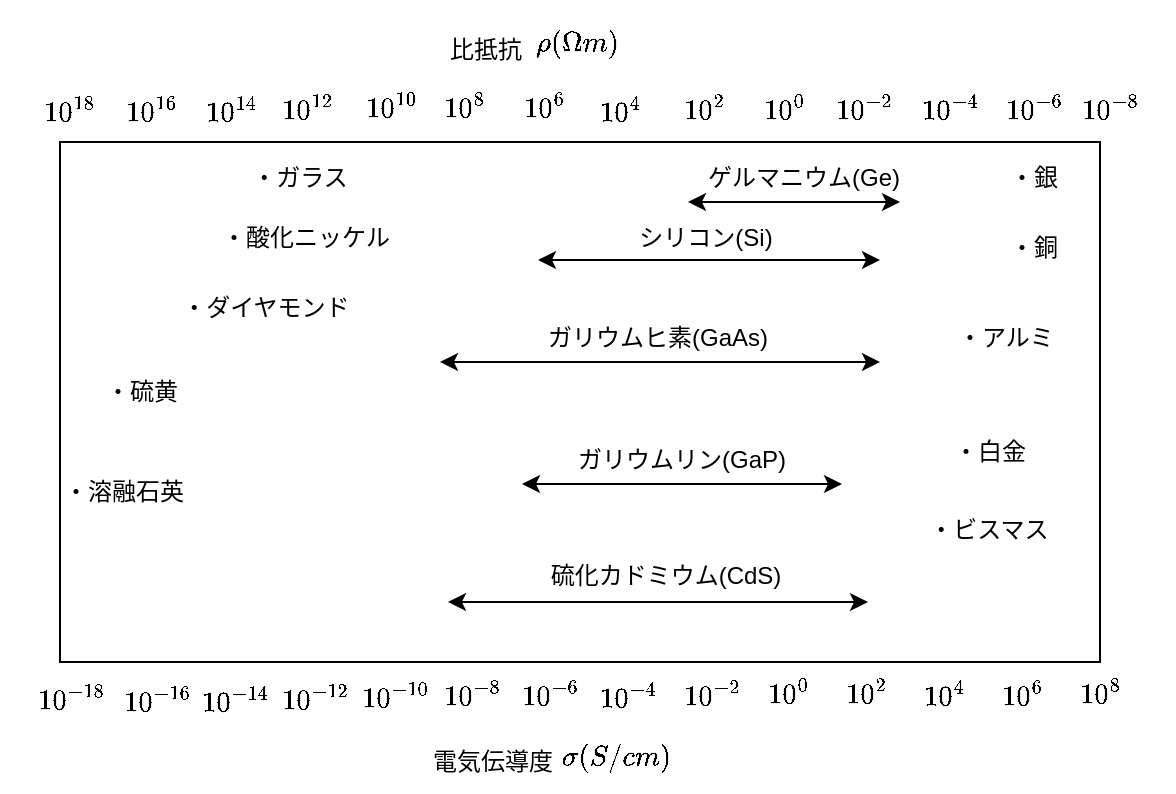
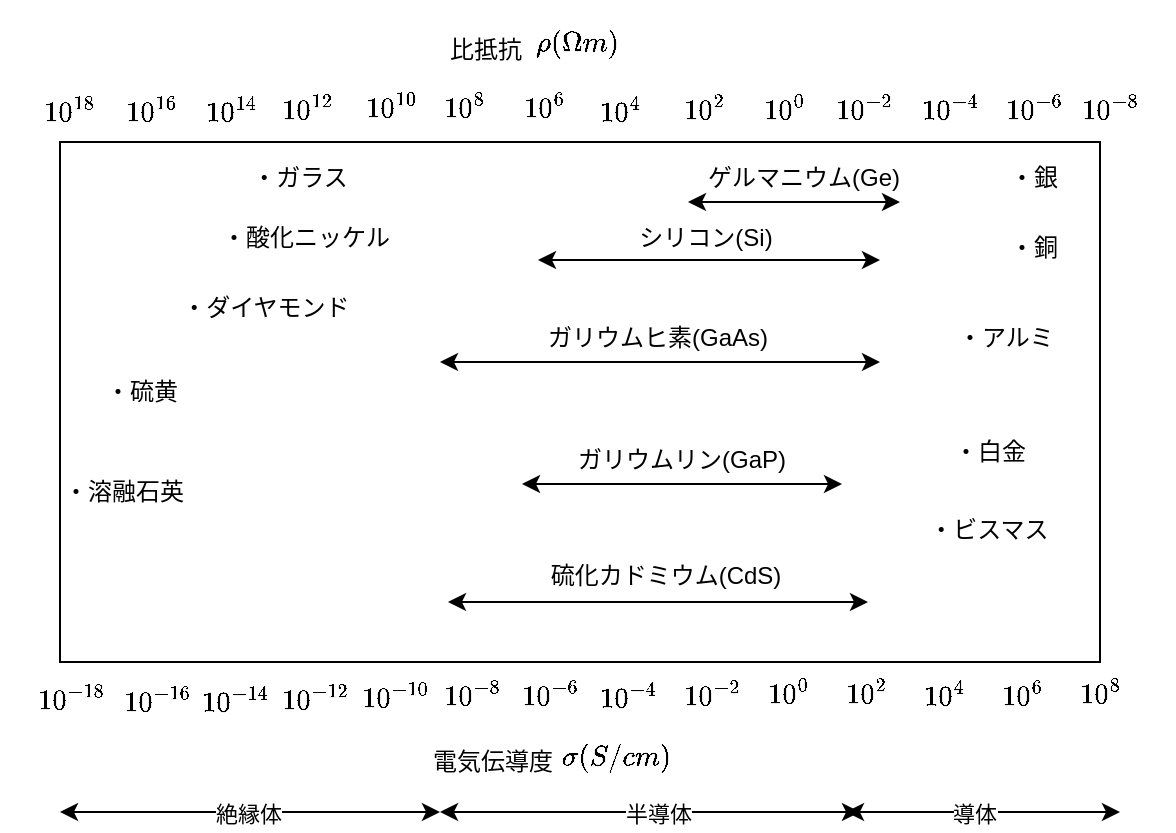
<mxfile host="65bd71144e">
    <diagram id="qGSr5oiIjXOgwqQqVFJb" name="ページ1">
        <mxGraphModel dx="996" dy="629" grid="1" gridSize="10" guides="1" tooltips="1" connect="1" arrows="1" fold="1" page="1" pageScale="1" pageWidth="827" pageHeight="1169" math="1" shadow="0">
            <root>
                <mxCell id="0"/>
                <mxCell id="1" parent="0"/>
                <mxCell id="74" value="" style="group" parent="1" vertex="1" connectable="0">
                    <mxGeometry x="95" y="21" width="580" height="389" as="geometry"/>
                </mxCell>
                <mxCell id="2" value="" style="rounded=0;whiteSpace=wrap;html=1;" parent="74" vertex="1">
                    <mxGeometry x="25" y="64" width="520" height="260" as="geometry"/>
                </mxCell>
                <mxCell id="5" value="$$10^{18}$$" style="text;strokeColor=none;align=center;fillColor=none;html=1;verticalAlign=middle;whiteSpace=wrap;rounded=0;" parent="74" vertex="1">
                    <mxGeometry y="34" width="60" height="30" as="geometry"/>
                </mxCell>
                <mxCell id="7" value="$$10^{16}$$" style="text;strokeColor=none;align=center;fillColor=none;html=1;verticalAlign=middle;whiteSpace=wrap;rounded=0;" parent="74" vertex="1">
                    <mxGeometry x="41" y="34" width="60" height="30" as="geometry"/>
                </mxCell>
                <mxCell id="8" value="$$10^{14}$$" style="text;strokeColor=none;align=center;fillColor=none;html=1;verticalAlign=middle;whiteSpace=wrap;rounded=0;" parent="74" vertex="1">
                    <mxGeometry x="81" y="34" width="60" height="30" as="geometry"/>
                </mxCell>
                <mxCell id="9" value="$$10^{12}$$" style="text;strokeColor=none;align=center;fillColor=none;html=1;verticalAlign=middle;whiteSpace=wrap;rounded=0;" parent="74" vertex="1">
                    <mxGeometry x="119" y="33" width="60" height="30" as="geometry"/>
                </mxCell>
                <mxCell id="10" value="$$10^{10}$$" style="text;strokeColor=none;align=center;fillColor=none;html=1;verticalAlign=middle;whiteSpace=wrap;rounded=0;" parent="74" vertex="1">
                    <mxGeometry x="161" y="32" width="60" height="30" as="geometry"/>
                </mxCell>
                <mxCell id="11" value="$$10^{8}$$" style="text;strokeColor=none;align=center;fillColor=none;html=1;verticalAlign=middle;whiteSpace=wrap;rounded=0;" parent="74" vertex="1">
                    <mxGeometry x="197" y="32" width="60" height="30" as="geometry"/>
                </mxCell>
                <mxCell id="12" value="$$10^{6}$$" style="text;strokeColor=none;align=center;fillColor=none;html=1;verticalAlign=middle;whiteSpace=wrap;rounded=0;" parent="74" vertex="1">
                    <mxGeometry x="237" y="32" width="60" height="30" as="geometry"/>
                </mxCell>
                <mxCell id="13" value="$$10^{4}$$" style="text;strokeColor=none;align=center;fillColor=none;html=1;verticalAlign=middle;whiteSpace=wrap;rounded=0;" parent="74" vertex="1">
                    <mxGeometry x="275" y="34" width="60" height="30" as="geometry"/>
                </mxCell>
                <mxCell id="14" value="$$10^{2}$$" style="text;strokeColor=none;align=center;fillColor=none;html=1;verticalAlign=middle;whiteSpace=wrap;rounded=0;" parent="74" vertex="1">
                    <mxGeometry x="317" y="33" width="60" height="30" as="geometry"/>
                </mxCell>
                <mxCell id="15" value="$$10^{0}$$" style="text;strokeColor=none;align=center;fillColor=none;html=1;verticalAlign=middle;whiteSpace=wrap;rounded=0;" parent="74" vertex="1">
                    <mxGeometry x="357" y="33" width="60" height="30" as="geometry"/>
                </mxCell>
                <mxCell id="16" value="$$10^{-2}$$" style="text;strokeColor=none;align=center;fillColor=none;html=1;verticalAlign=middle;whiteSpace=wrap;rounded=0;" parent="74" vertex="1">
                    <mxGeometry x="397" y="33" width="60" height="30" as="geometry"/>
                </mxCell>
                <mxCell id="17" value="$$10^{-4}$$" style="text;strokeColor=none;align=center;fillColor=none;html=1;verticalAlign=middle;whiteSpace=wrap;rounded=0;" parent="74" vertex="1">
                    <mxGeometry x="440" y="33" width="60" height="30" as="geometry"/>
                </mxCell>
                <mxCell id="18" value="$$10^{-6}$$" style="text;strokeColor=none;align=center;fillColor=none;html=1;verticalAlign=middle;whiteSpace=wrap;rounded=0;" parent="74" vertex="1">
                    <mxGeometry x="482" y="33" width="60" height="30" as="geometry"/>
                </mxCell>
                <mxCell id="19" value="$$10^{-8}$$" style="text;strokeColor=none;align=center;fillColor=none;html=1;verticalAlign=middle;whiteSpace=wrap;rounded=0;" parent="74" vertex="1">
                    <mxGeometry x="520" y="33" width="60" height="30" as="geometry"/>
                </mxCell>
                <mxCell id="20" value="$$10^{-18}$$" style="text;strokeColor=none;align=center;fillColor=none;html=1;verticalAlign=middle;whiteSpace=wrap;rounded=0;" parent="74" vertex="1">
                    <mxGeometry x="1" y="328" width="60" height="30" as="geometry"/>
                </mxCell>
                <mxCell id="21" value="$$10^{-16}$$" style="text;strokeColor=none;align=center;fillColor=none;html=1;verticalAlign=middle;whiteSpace=wrap;rounded=0;" parent="74" vertex="1">
                    <mxGeometry x="44" y="329" width="60" height="30" as="geometry"/>
                </mxCell>
                <mxCell id="22" value="$$10^{-14}$$" style="text;strokeColor=none;align=center;fillColor=none;html=1;verticalAlign=middle;whiteSpace=wrap;rounded=0;" parent="74" vertex="1">
                    <mxGeometry x="83" y="329" width="60" height="30" as="geometry"/>
                </mxCell>
                <mxCell id="23" value="$$10^{-12}$$" style="text;strokeColor=none;align=center;fillColor=none;html=1;verticalAlign=middle;whiteSpace=wrap;rounded=0;" parent="74" vertex="1">
                    <mxGeometry x="123" y="328" width="60" height="30" as="geometry"/>
                </mxCell>
                <mxCell id="24" value="$$10^{-10}$$" style="text;strokeColor=none;align=center;fillColor=none;html=1;verticalAlign=middle;whiteSpace=wrap;rounded=0;" parent="74" vertex="1">
                    <mxGeometry x="163" y="327" width="60" height="30" as="geometry"/>
                </mxCell>
                <mxCell id="25" value="$$10^{-8}$$" style="text;strokeColor=none;align=center;fillColor=none;html=1;verticalAlign=middle;whiteSpace=wrap;rounded=0;" parent="74" vertex="1">
                    <mxGeometry x="201" y="326" width="60" height="30" as="geometry"/>
                </mxCell>
                <mxCell id="26" value="$$10^{-6}$$" style="text;strokeColor=none;align=center;fillColor=none;html=1;verticalAlign=middle;whiteSpace=wrap;rounded=0;" parent="74" vertex="1">
                    <mxGeometry x="240" y="326" width="61" height="30" as="geometry"/>
                </mxCell>
                <mxCell id="28" value="$$10^{-4}$$" style="text;strokeColor=none;align=center;fillColor=none;html=1;verticalAlign=middle;whiteSpace=wrap;rounded=0;" parent="74" vertex="1">
                    <mxGeometry x="279" y="327" width="60" height="30" as="geometry"/>
                </mxCell>
                <mxCell id="29" value="$$10^{-2}$$" style="text;strokeColor=none;align=center;fillColor=none;html=1;verticalAlign=middle;whiteSpace=wrap;rounded=0;" parent="74" vertex="1">
                    <mxGeometry x="321" y="326" width="60" height="30" as="geometry"/>
                </mxCell>
                <mxCell id="32" value="$$10^{0}$$" style="text;strokeColor=none;align=center;fillColor=none;html=1;verticalAlign=middle;whiteSpace=wrap;rounded=0;" parent="74" vertex="1">
                    <mxGeometry x="359" y="325" width="60" height="30" as="geometry"/>
                </mxCell>
                <mxCell id="33" value="$$10^{2}$$" style="text;strokeColor=none;align=center;fillColor=none;html=1;verticalAlign=middle;whiteSpace=wrap;rounded=0;" parent="74" vertex="1">
                    <mxGeometry x="398" y="325" width="60" height="30" as="geometry"/>
                </mxCell>
                <mxCell id="34" value="$$10^{4}$$" style="text;strokeColor=none;align=center;fillColor=none;html=1;verticalAlign=middle;whiteSpace=wrap;rounded=0;" parent="74" vertex="1">
                    <mxGeometry x="437" y="326" width="60" height="30" as="geometry"/>
                </mxCell>
                <mxCell id="35" value="$$10^{6}$$" style="text;strokeColor=none;align=center;fillColor=none;html=1;verticalAlign=middle;whiteSpace=wrap;rounded=0;" parent="74" vertex="1">
                    <mxGeometry x="476" y="326" width="60" height="30" as="geometry"/>
                </mxCell>
                <mxCell id="36" value="$$10^{8}$$" style="text;strokeColor=none;align=center;fillColor=none;html=1;verticalAlign=middle;whiteSpace=wrap;rounded=0;" parent="74" vertex="1">
                    <mxGeometry x="515" y="325" width="60" height="30" as="geometry"/>
                </mxCell>
                <mxCell id="37" value="" style="endArrow=classic;startArrow=classic;html=1;" parent="74" edge="1">
                    <mxGeometry width="50" height="50" relative="1" as="geometry">
                        <mxPoint x="339" y="94" as="sourcePoint"/>
                        <mxPoint x="445" y="94" as="targetPoint"/>
                    </mxGeometry>
                </mxCell>
                <mxCell id="38" value="ゲルマニウム(Ge)" style="text;strokeColor=none;align=center;fillColor=none;html=1;verticalAlign=middle;whiteSpace=wrap;rounded=0;" parent="74" vertex="1">
                    <mxGeometry x="337" y="67" width="120" height="30" as="geometry"/>
                </mxCell>
                <mxCell id="43" value="" style="endArrow=classic;startArrow=classic;html=1;" parent="74" edge="1">
                    <mxGeometry width="50" height="50" relative="1" as="geometry">
                        <mxPoint x="264" y="123" as="sourcePoint"/>
                        <mxPoint x="435" y="123" as="targetPoint"/>
                    </mxGeometry>
                </mxCell>
                <mxCell id="44" value="シリコン(Si)" style="text;strokeColor=none;align=center;fillColor=none;html=1;verticalAlign=middle;whiteSpace=wrap;rounded=0;" parent="74" vertex="1">
                    <mxGeometry x="288" y="97" width="120" height="30" as="geometry"/>
                </mxCell>
                <mxCell id="45" value="" style="endArrow=classic;startArrow=classic;html=1;" parent="74" edge="1">
                    <mxGeometry width="50" height="50" relative="1" as="geometry">
                        <mxPoint x="215" y="174" as="sourcePoint"/>
                        <mxPoint x="435" y="174" as="targetPoint"/>
                    </mxGeometry>
                </mxCell>
                <mxCell id="46" value="ガリウムヒ素(GaAs)" style="text;strokeColor=none;align=center;fillColor=none;html=1;verticalAlign=middle;whiteSpace=wrap;rounded=0;" parent="74" vertex="1">
                    <mxGeometry x="264" y="147" width="120" height="30" as="geometry"/>
                </mxCell>
                <mxCell id="48" value="" style="endArrow=classic;startArrow=classic;html=1;" parent="74" edge="1">
                    <mxGeometry width="50" height="50" relative="1" as="geometry">
                        <mxPoint x="256" y="235" as="sourcePoint"/>
                        <mxPoint x="416" y="235" as="targetPoint"/>
                    </mxGeometry>
                </mxCell>
                <mxCell id="49" value="ガリウムリン(GaP)" style="text;strokeColor=none;align=center;fillColor=none;html=1;verticalAlign=middle;whiteSpace=wrap;rounded=0;" parent="74" vertex="1">
                    <mxGeometry x="276" y="208" width="120" height="30" as="geometry"/>
                </mxCell>
                <mxCell id="51" value="" style="endArrow=classic;startArrow=classic;html=1;" parent="74" edge="1">
                    <mxGeometry width="50" height="50" relative="1" as="geometry">
                        <mxPoint x="219" y="294" as="sourcePoint"/>
                        <mxPoint x="429" y="294" as="targetPoint"/>
                    </mxGeometry>
                </mxCell>
                <mxCell id="53" value="硫化カドミウム(CdS)" style="text;strokeColor=none;align=center;fillColor=none;html=1;verticalAlign=middle;whiteSpace=wrap;rounded=0;" parent="74" vertex="1">
                    <mxGeometry x="268" y="266" width="120" height="30" as="geometry"/>
                </mxCell>
                <mxCell id="57" value="・ガラス" style="text;strokeColor=none;align=center;fillColor=none;html=1;verticalAlign=middle;whiteSpace=wrap;rounded=0;" parent="74" vertex="1">
                    <mxGeometry x="115" y="67" width="60" height="30" as="geometry"/>
                </mxCell>
                <mxCell id="59" value="・銀" style="text;strokeColor=none;align=center;fillColor=none;html=1;verticalAlign=middle;whiteSpace=wrap;rounded=0;" parent="74" vertex="1">
                    <mxGeometry x="482" y="67" width="60" height="30" as="geometry"/>
                </mxCell>
                <mxCell id="60" value="・酸化ニッケル" style="text;strokeColor=none;align=center;fillColor=none;html=1;verticalAlign=middle;whiteSpace=wrap;rounded=0;" parent="74" vertex="1">
                    <mxGeometry x="101" y="97" width="94" height="30" as="geometry"/>
                </mxCell>
                <mxCell id="61" value="・ダイヤモンド" style="text;strokeColor=none;align=center;fillColor=none;html=1;verticalAlign=middle;whiteSpace=wrap;rounded=0;" parent="74" vertex="1">
                    <mxGeometry x="81" y="132" width="94" height="30" as="geometry"/>
                </mxCell>
                <mxCell id="62" value="・硫黄" style="text;strokeColor=none;align=center;fillColor=none;html=1;verticalAlign=middle;whiteSpace=wrap;rounded=0;" parent="74" vertex="1">
                    <mxGeometry x="19" y="174" width="94" height="30" as="geometry"/>
                </mxCell>
                <mxCell id="63" value="・溶融石英" style="text;strokeColor=none;align=center;fillColor=none;html=1;verticalAlign=middle;whiteSpace=wrap;rounded=0;" parent="74" vertex="1">
                    <mxGeometry x="10" y="224" width="94" height="30" as="geometry"/>
                </mxCell>
                <mxCell id="64" value="・銅" style="text;strokeColor=none;align=center;fillColor=none;html=1;verticalAlign=middle;whiteSpace=wrap;rounded=0;" parent="74" vertex="1">
                    <mxGeometry x="482" y="102" width="60" height="30" as="geometry"/>
                </mxCell>
                <mxCell id="65" value="・アルミ" style="text;strokeColor=none;align=center;fillColor=none;html=1;verticalAlign=middle;whiteSpace=wrap;rounded=0;" parent="74" vertex="1">
                    <mxGeometry x="468" y="147" width="60" height="30" as="geometry"/>
                </mxCell>
                <mxCell id="66" value="・白金" style="text;strokeColor=none;align=center;fillColor=none;html=1;verticalAlign=middle;whiteSpace=wrap;rounded=0;" parent="74" vertex="1">
                    <mxGeometry x="460" y="204" width="60" height="30" as="geometry"/>
                </mxCell>
                <mxCell id="67" value="・ビスマス" style="text;strokeColor=none;align=center;fillColor=none;html=1;verticalAlign=middle;whiteSpace=wrap;rounded=0;" parent="74" vertex="1">
                    <mxGeometry x="454" y="243" width="71" height="30" as="geometry"/>
                </mxCell>
                <mxCell id="68" value="比抵抗" style="text;strokeColor=none;align=center;fillColor=none;html=1;verticalAlign=middle;whiteSpace=wrap;rounded=0;" parent="74" vertex="1">
                    <mxGeometry x="208" y="3" width="60" height="30" as="geometry"/>
                </mxCell>
                <mxCell id="70" value="$$\rho (\Omega m)$$" style="text;strokeColor=none;align=center;fillColor=none;html=1;verticalAlign=middle;whiteSpace=wrap;rounded=0;" parent="74" vertex="1">
                    <mxGeometry x="254" width="60" height="30" as="geometry"/>
                </mxCell>
                <mxCell id="71" value="電気伝導度" style="text;strokeColor=none;align=center;fillColor=none;html=1;verticalAlign=middle;whiteSpace=wrap;rounded=0;" parent="74" vertex="1">
                    <mxGeometry x="206" y="359" width="71" height="30" as="geometry"/>
                </mxCell>
                <mxCell id="72" value="$$\sigma (S/cm)$$" style="text;strokeColor=none;align=center;fillColor=none;html=1;verticalAlign=middle;whiteSpace=wrap;rounded=0;" parent="74" vertex="1">
                    <mxGeometry x="273" y="357" width="60" height="30" as="geometry"/>
                </mxCell>
+                 <mxCell id="76" value="" style="endArrow=classic;startArrow=classic;html=1;" edge="1" parent="1">
+                     <mxGeometry width="50" height="50" relative="1" as="geometry">
+                         <mxPoint x="120" y="420" as="sourcePoint"/>
+                         <mxPoint x="310" y="420" as="targetPoint"/>
+                         <Array as="points">
+                             <mxPoint x="210" y="420"/>
+                         </Array>
+                     </mxGeometry>
+                 </mxCell>
+                 <mxCell id="78" value="絶縁体" style="edgeLabel;html=1;align=center;verticalAlign=middle;resizable=0;points=[];" vertex="1" connectable="0" parent="76">
+                     <mxGeometry x="0.4632" y="-1" relative="1" as="geometry">
+                         <mxPoint x="-45" as="offset"/>
+                     </mxGeometry>
+                 </mxCell>
+                 <mxCell id="79" value="" style="endArrow=classic;startArrow=classic;html=1;" edge="1" parent="1">
+                     <mxGeometry width="50" height="50" relative="1" as="geometry">
+                         <mxPoint x="310" y="420" as="sourcePoint"/>
+                         <mxPoint x="520" y="420" as="targetPoint"/>
+                         <Array as="points">
+                             <mxPoint x="400" y="420"/>
+                         </Array>
+                     </mxGeometry>
+                 </mxCell>
+                 <mxCell id="80" value="半導体" style="edgeLabel;html=1;align=center;verticalAlign=middle;resizable=0;points=[];" vertex="1" connectable="0" parent="79">
+                     <mxGeometry x="0.4632" y="-1" relative="1" as="geometry">
+                         <mxPoint x="-45" as="offset"/>
+                     </mxGeometry>
+                 </mxCell>
+                 <mxCell id="81" value="" style="endArrow=classic;startArrow=classic;html=1;" edge="1" parent="1">
+                     <mxGeometry width="50" height="50" relative="1" as="geometry">
+                         <mxPoint x="513" y="420" as="sourcePoint"/>
+                         <mxPoint x="650" y="420" as="targetPoint"/>
+                         <Array as="points">
+                             <mxPoint x="603" y="420"/>
+                         </Array>
+                     </mxGeometry>
+                 </mxCell>
+                 <mxCell id="82" value="導体" style="edgeLabel;html=1;align=center;verticalAlign=middle;resizable=0;points=[];" vertex="1" connectable="0" parent="81">
+                     <mxGeometry x="0.4632" y="-1" relative="1" as="geometry">
+                         <mxPoint x="-36" as="offset"/>
+                     </mxGeometry>
+                 </mxCell>
            </root>
        </mxGraphModel>
    </diagram>
</mxfile>